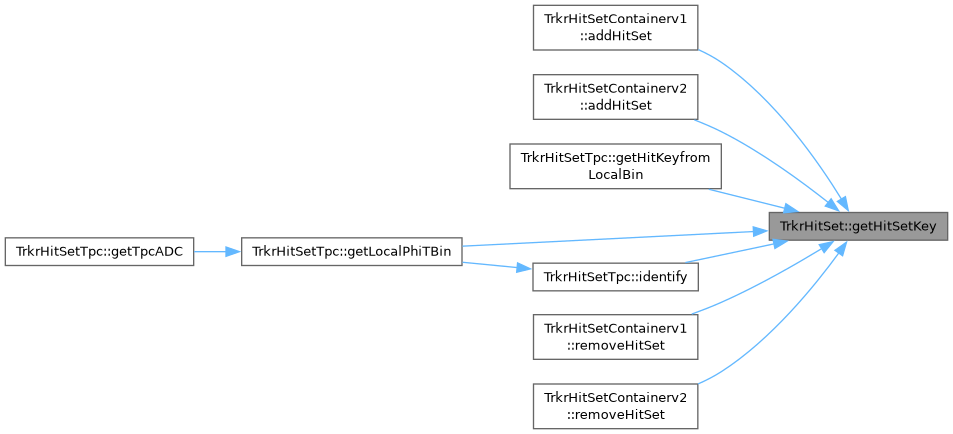
The Graphviz diagram d9/dc1/classTrkrHitSet_a56ffa16995d7b2e934017c52c70c7a65_icgraph.png in atif4461/sphenix-coresoftware-doxygen, before a commit. Its source is kept beside it as d9/dc1/classTrkrHitSet_a56ffa16995d7b2e934017c52c70c7a65_icgraph.dot. The source it was exported from:
```dot
digraph "TrkrHitSet::getHitSetKey"
{
  bgcolor="transparent";
  edge [fontname=Helvetica,fontsize=10,labelfontname=Helvetica,labelfontsize=10];
  node [fontname=Helvetica,fontsize=10,shape=box,height=0.2,width=0.4];
  rankdir="RL";
  Node1 [id="Node000001",label="TrkrHitSet::getHitSetKey",height=0.2,width=0.4,color="gray40", fillcolor="grey60", style="filled", fontcolor="black",tooltip="Get the key for this object."];
  Node1 -> Node2 [id="edge1_Node000001_Node000002",dir="back",color="steelblue1",style="solid",tooltip=" "];
  Node2 [id="Node000002",label="TrkrHitSetContainerv1\l::addHitSet",height=0.2,width=0.4,color="grey40", fillcolor="white", style="filled",URL="$d1/d47/classTrkrHitSetContainerv1.html#a845ea02e98ab66e612596821e34ad789",tooltip="Add a TrkrHitSet to the container using its own key."];
  Node1 -> Node3 [id="edge2_Node000001_Node000003",dir="back",color="steelblue1",style="solid",tooltip=" "];
  Node3 [id="Node000003",label="TrkrHitSetContainerv2\l::addHitSet",height=0.2,width=0.4,color="grey40", fillcolor="white", style="filled",URL="$d2/d23/classTrkrHitSetContainerv2.html#a9f55487841302148be0cfa94f12f1ba5",tooltip="Constant iterator type for traversing hit sets in the container."];
  Node1 -> Node4 [id="edge3_Node000001_Node000004",dir="back",color="steelblue1",style="solid",tooltip=" "];
  Node4 [id="Node000004",label="TrkrHitSetTpc::getHitKeyfrom\lLocalBin",height=0.2,width=0.4,color="grey40", fillcolor="white", style="filled",URL="$da/df6/classTrkrHitSetTpc.html#a975cb6dfaf8bfc6a318f60bf7db0b39d",tooltip="local -> global conversion"];
  Node1 -> Node5 [id="edge4_Node000001_Node000005",dir="back",color="steelblue1",style="solid",tooltip=" "];
  Node5 [id="Node000005",label="TrkrHitSetTpc::getLocalPhiTBin",height=0.2,width=0.4,color="grey40", fillcolor="white", style="filled",URL="$da/df6/classTrkrHitSetTpc.html#ac1d509efc9b142fec374e0a0029dd3fe",tooltip="global -> local conversion"];
  Node5 -> Node6 [id="edge5_Node000005_Node000006",dir="back",color="steelblue1",style="solid",tooltip=" "];
  Node6 [id="Node000006",label="TrkrHitSetTpc::getTpcADC",height=0.2,width=0.4,color="grey40", fillcolor="white", style="filled",URL="$da/df6/classTrkrHitSetTpc.html#a6afb55ecba4a26f94224e0186fa2a6ed",tooltip="Retrieve ADC data for a TPC hit identified by its hit key."];
  Node1 -> Node7 [id="edge6_Node000001_Node000007",dir="back",color="steelblue1",style="solid",tooltip=" "];
  Node7 [id="Node000007",label="TrkrHitSetTpc::identify",height=0.2,width=0.4,color="grey40", fillcolor="white", style="filled",URL="$da/df6/classTrkrHitSetTpc.html#a2a048707a7c7fb2cb93b2007303cc995",tooltip="Output a textual description of the TrkrHitSetTpc object."];
  Node7 -> Node5 [id="edge7_Node000007_Node000005",dir="back",color="steelblue1",style="solid",tooltip=" "];
  Node1 -> Node8 [id="edge8_Node000001_Node000008",dir="back",color="steelblue1",style="solid",tooltip=" "];
  Node8 [id="Node000008",label="TrkrHitSetContainerv1\l::removeHitSet",height=0.2,width=0.4,color="grey40", fillcolor="white", style="filled",URL="$d1/d47/classTrkrHitSetContainerv1.html#a4b11961c51b05f88dd0deaf859070374",tooltip="Remove a hit set from the container using its pointer."];
  Node1 -> Node9 [id="edge9_Node000001_Node000009",dir="back",color="steelblue1",style="solid",tooltip=" "];
  Node9 [id="Node000009",label="TrkrHitSetContainerv2\l::removeHitSet",height=0.2,width=0.4,color="grey40", fillcolor="white", style="filled",URL="$d2/d23/classTrkrHitSetContainerv2.html#abe1b53ef8cef90f01b06f9ffbcb9b36a",tooltip="Remove a hit set from the container using its key."];
}
```
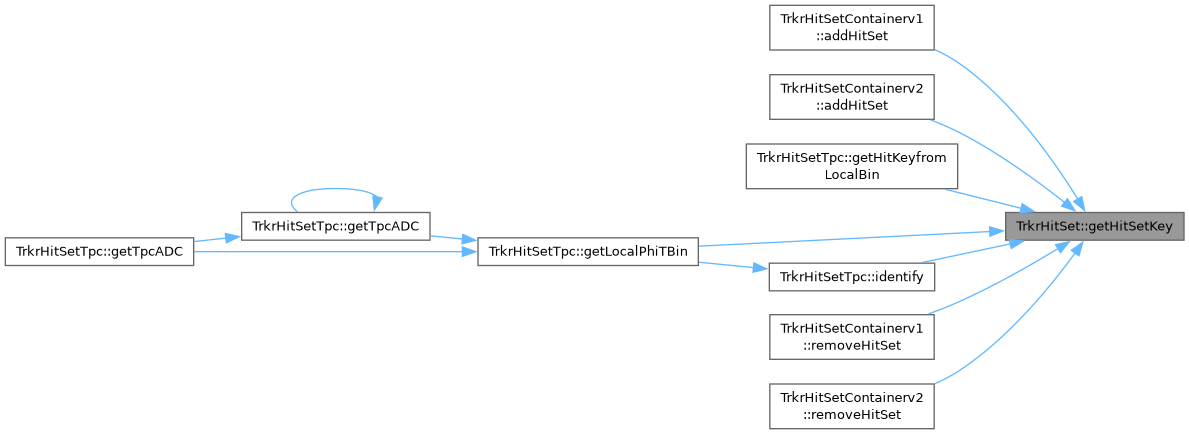
Above is the later version.

What changed in the source:
```diff
@@ -14,12 +14,16 @@
   Node1 -> Node5 [id="edge4_Node000001_Node000005",dir="back",color="steelblue1",style="solid",tooltip=" "];
   Node5 [id="Node000005",label="TrkrHitSetTpc::getLocalPhiTBin",height=0.2,width=0.4,color="grey40", fillcolor="white", style="filled",URL="$da/df6/classTrkrHitSetTpc.html#ac1d509efc9b142fec374e0a0029dd3fe",tooltip="global -> local conversion"];
   Node5 -> Node6 [id="edge5_Node000005_Node000006",dir="back",color="steelblue1",style="solid",tooltip=" "];
-  Node6 [id="Node000006",label="TrkrHitSetTpc::getTpcADC",height=0.2,width=0.4,color="grey40", fillcolor="white", style="filled",URL="$da/df6/classTrkrHitSetTpc.html#a6afb55ecba4a26f94224e0186fa2a6ed",tooltip="Retrieve ADC data for a TPC hit identified by its hit key."];
-  Node1 -> Node7 [id="edge6_Node000001_Node000007",dir="back",color="steelblue1",style="solid",tooltip=" "];
-  Node7 [id="Node000007",label="TrkrHitSetTpc::identify",height=0.2,width=0.4,color="grey40", fillcolor="white", style="filled",URL="$da/df6/classTrkrHitSetTpc.html#a2a048707a7c7fb2cb93b2007303cc995",tooltip="Output a textual description of the TrkrHitSetTpc object."];
-  Node7 -> Node5 [id="edge7_Node000007_Node000005",dir="back",color="steelblue1",style="solid",tooltip=" "];
-  Node1 -> Node8 [id="edge8_Node000001_Node000008",dir="back",color="steelblue1",style="solid",tooltip=" "];
-  Node8 [id="Node000008",label="TrkrHitSetContainerv1\l::removeHitSet",height=0.2,width=0.4,color="grey40", fillcolor="white", style="filled",URL="$d1/d47/classTrkrHitSetContainerv1.html#a4b11961c51b05f88dd0deaf859070374",tooltip="Remove a hit set from the container using its pointer."];
-  Node1 -> Node9 [id="edge9_Node000001_Node000009",dir="back",color="steelblue1",style="solid",tooltip=" "];
-  Node9 [id="Node000009",label="TrkrHitSetContainerv2\l::removeHitSet",height=0.2,width=0.4,color="grey40", fillcolor="white", style="filled",URL="$d2/d23/classTrkrHitSetContainerv2.html#abe1b53ef8cef90f01b06f9ffbcb9b36a",tooltip="Remove a hit set from the container using its key."];
+  Node6 [id="Node000006",label="TrkrHitSetTpc::getTpcADC",height=0.2,width=0.4,color="grey40", fillcolor="white", style="filled",URL="$da/df6/classTrkrHitSetTpc.html#a2e2e9e376f9817374eefb0f0a7d87274",tooltip="Retrieve the ADC data for a TPC hit identified by its hit key."];
+  Node6 -> Node6 [id="edge6_Node000006_Node000006",dir="back",color="steelblue1",style="solid",tooltip=" "];
+  Node6 -> Node7 [id="edge7_Node000006_Node000007",dir="back",color="steelblue1",style="solid",tooltip=" "];
+  Node7 [id="Node000007",label="TrkrHitSetTpc::getTpcADC",height=0.2,width=0.4,color="grey40", fillcolor="white", style="filled",URL="$da/df6/classTrkrHitSetTpc.html#a6afb55ecba4a26f94224e0186fa2a6ed",tooltip="Retrieve ADC data for a TPC hit identified by its hit key."];
+  Node5 -> Node7 [id="edge8_Node000005_Node000007",dir="back",color="steelblue1",style="solid",tooltip=" "];
+  Node1 -> Node8 [id="edge9_Node000001_Node000008",dir="back",color="steelblue1",style="solid",tooltip=" "];
+  Node8 [id="Node000008",label="TrkrHitSetTpc::identify",height=0.2,width=0.4,color="grey40", fillcolor="white", style="filled",URL="$da/df6/classTrkrHitSetTpc.html#a2a048707a7c7fb2cb93b2007303cc995",tooltip="Output a textual description of the TrkrHitSetTpc object."];
+  Node8 -> Node5 [id="edge10_Node000008_Node000005",dir="back",color="steelblue1",style="solid",tooltip=" "];
+  Node1 -> Node9 [id="edge11_Node000001_Node000009",dir="back",color="steelblue1",style="solid",tooltip=" "];
+  Node9 [id="Node000009",label="TrkrHitSetContainerv1\l::removeHitSet",height=0.2,width=0.4,color="grey40", fillcolor="white", style="filled",URL="$d1/d47/classTrkrHitSetContainerv1.html#a4b11961c51b05f88dd0deaf859070374",tooltip="Remove a hit set from the container using its pointer."];
+  Node1 -> Node10 [id="edge12_Node000001_Node000010",dir="back",color="steelblue1",style="solid",tooltip=" "];
+  Node10 [id="Node000010",label="TrkrHitSetContainerv2\l::removeHitSet",height=0.2,width=0.4,color="grey40", fillcolor="white", style="filled",URL="$d2/d23/classTrkrHitSetContainerv2.html#abe1b53ef8cef90f01b06f9ffbcb9b36a",tooltip="Remove a hit set from the container using its key."];
 }
```
